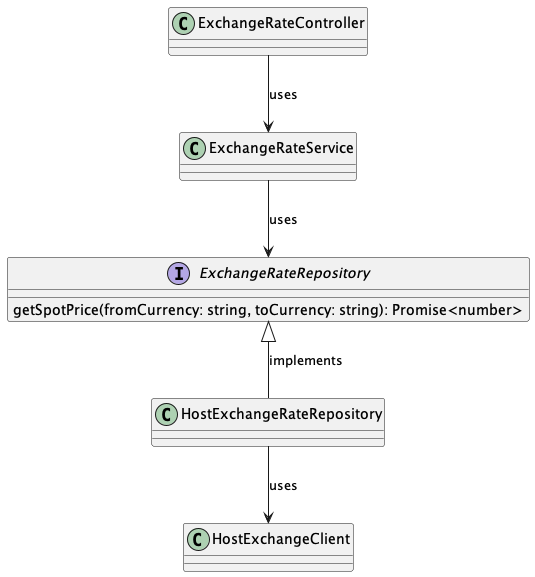
The PlantUML diagram resource/exchange-rate-repository.png in tech-leads-club/nestjs-dependency-inversion, before a commit.
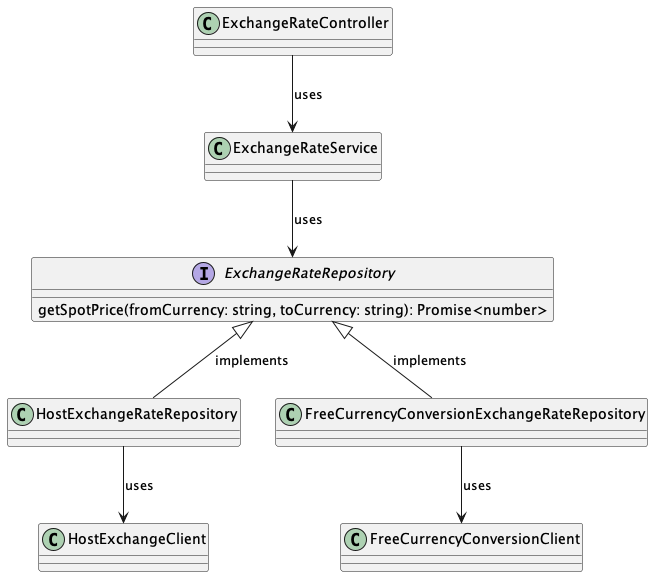
After the change.

Diff of the diagram source:
```diff
@@ -10,5 +10,7 @@
 ExchangeRateRepository <|-- HostExchangeRateRepository: implements
 HostExchangeRateRepository --> HostExchangeClient: uses
 
+ExchangeRateRepository <|-- FreeCurrencyConversionExchangeRateRepository: implements
+FreeCurrencyConversionExchangeRateRepository --> FreeCurrencyConversionClient: uses
 
 @enduml
```
